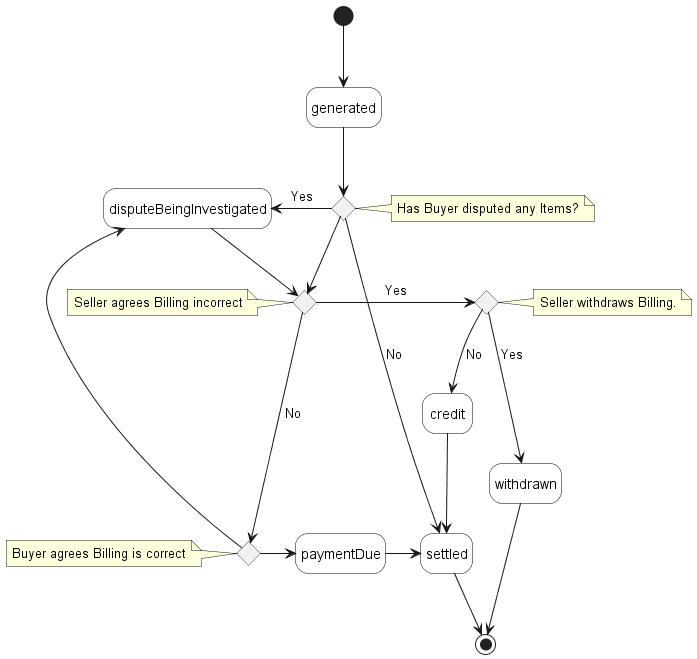
The PlantUML diagram documentation/productApi/billing/media/CustomerBillItemStates.png in MEF-GIT/MEF-LSO-Sonata-SDK, before a commit.
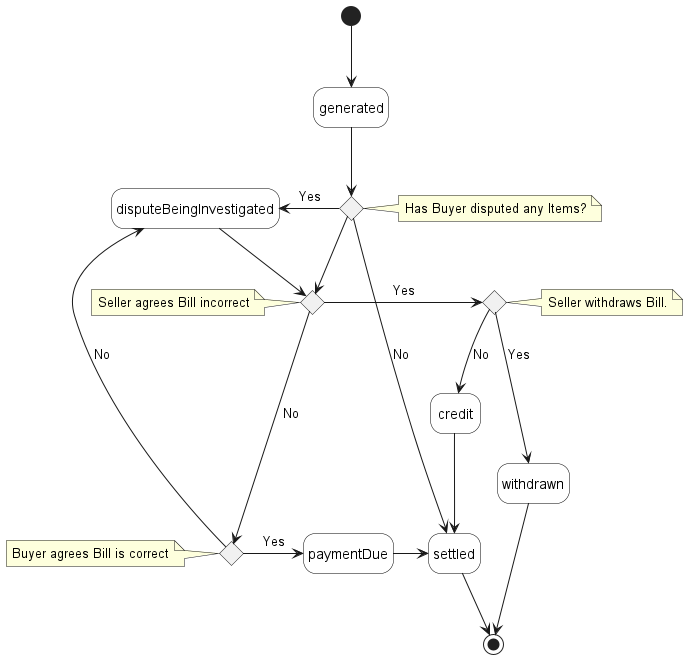
Later version of the same file.

The edit, as a diff of the source:
```diff
@@ -11,14 +11,14 @@
 note right of Disputed : Has Buyer disputed any Items?
 
 state Agree <<choice>>
-note left of Agree : Seller agrees Billing incorrect
+note left of Agree : Seller agrees Bill incorrect
 
 state Buyer_Agree <<choice>>
-note left of Buyer_Agree : Buyer agrees Billing is correct
+note left of Buyer_Agree : Buyer agrees Bill is correct
 
 
 state Withdraws <<choice>>
-note right of Withdraws : Seller withdraws Billing.
+note right of Withdraws : Seller withdraws Bill.
 
 [*] -d-> generated
 generated -d-> Disputed
@@ -30,8 +30,8 @@
 Withdraws -d-> withdrawn: Yes
 Withdraws -d-> credit: No
 Agree -d--> Buyer_Agree: No
-Buyer_Agree -r--->paymentDue
-Buyer_Agree -r-> disputeBeingInvestigated
+Buyer_Agree -r--->paymentDue : Yes
+Buyer_Agree -r-> disputeBeingInvestigated : No
 withdrawn -r->[*]
 settled -d-> [*]
 paymentDue -r->settled
```
